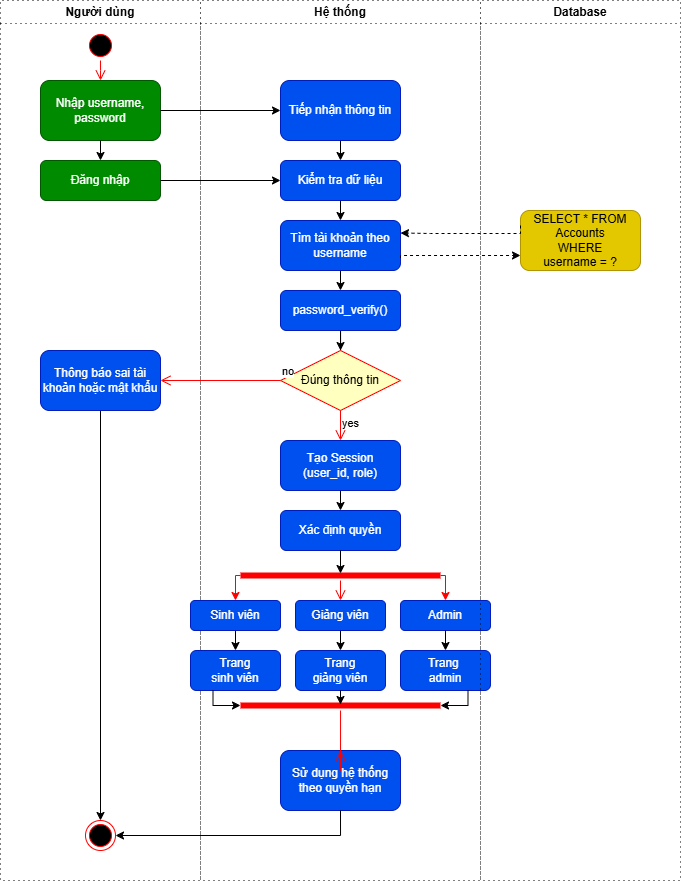
The draw.io diagram Diagrams/loginAD.png in thanhlndev/StudentManagementPHP, before a commit. Source tidied: cells renumbered, new cells last; positions are measured from the earlier drawing's top-left corner, leaving out a move shared by most shapes.
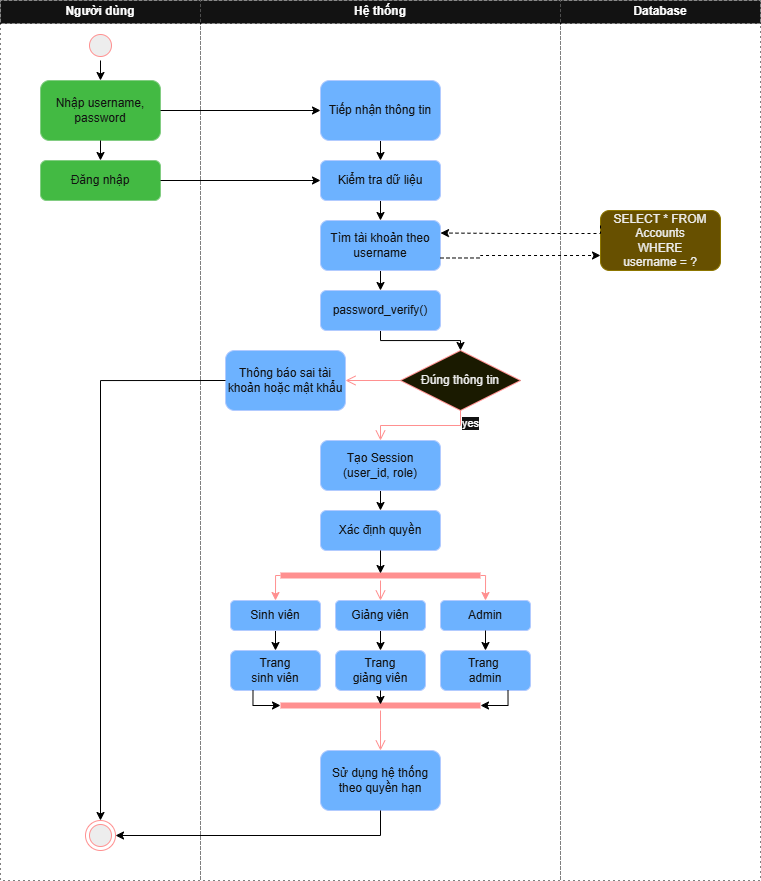
Later version of the same file.

Diff of the diagram source:
```diff
@@ -5,62 +5,59 @@
     <mxCell id="2" value="Người dùng" style="swimlane;whiteSpace=wrap;html=1;strokeColor=light-dark(#000000,#000000);dashed=1;dashPattern=1 4;" parent="1" vertex="1">
       <mxGeometry width="200" height="880" as="geometry" />
     </mxCell>
+    <mxCell id="45" style="edgeStyle=orthogonalEdgeStyle;rounded=0;jettySize=auto;html=1;exitX=0.5;exitY=1;exitDx=0;exitDy=0;entryX=0.5;entryY=0;entryDx=0;entryDy=0;strokeColor=light-dark(#000000,#000000);" parent="2" edge="1" source="3" target="9">
+      <mxGeometry relative="1" as="geometry" />
+    </mxCell>
     <mxCell id="3" style="ellipse;html=1;shape=startState;fillColor=#000000;strokeColor=#ff0000;" parent="2" vertex="1">
       <mxGeometry x="85" y="30" width="30" height="30" as="geometry" />
     </mxCell>
-    <mxCell id="4" style="edgeStyle=orthogonalEdgeStyle;rounded=0;jettySize=auto;html=1;exitX=0.5;exitY=1;exitDx=0;exitDy=0;entryX=0.5;entryY=0;entryDx=0;entryDy=0;strokeColor=light-dark(#000000,#000000);" parent="2" edge="1" source="5" target="7">
-      <mxGeometry relative="1" as="geometry" />
-    </mxCell>
-    <mxCell id="5" value="Thông báo sai tài khoản hoặc mật khẩu" style="rounded=1;whiteSpace=wrap;html=1;fillColor=#0050ef;fontColor=#ffffff;strokeColor=#001DBC;" parent="2" vertex="1">
-      <mxGeometry x="40" y="350" width="120" height="60" as="geometry" />
-    </mxCell>
     <mxCell id="6" value="Đăng nhập" style="rounded=1;whiteSpace=wrap;html=1;fillColor=#008a00;fontColor=#ffffff;strokeColor=#005700;" parent="2" vertex="1">
       <mxGeometry x="40" y="160" width="120" height="40" as="geometry" />
     </mxCell>
     <mxCell id="7" style="ellipse;html=1;shape=endState;fillColor=#000000;strokeColor=#ff0000;" parent="2" vertex="1">
       <mxGeometry x="85" y="820" width="30" height="30" as="geometry" />
     </mxCell>
+    <mxCell id="9" value="Nhập username, password" style="rounded=1;whiteSpace=wrap;html=1;fillColor=#008a00;fontColor=#ffffff;strokeColor=#005700;" parent="2" vertex="1">
+      <mxGeometry x="40" y="80" width="120" height="60" as="geometry" />
+    </mxCell>
+    <mxCell id="46" style="edgeStyle=orthogonalEdgeStyle;rounded=0;jettySize=auto;html=1;exitX=0.5;exitY=1;exitDx=0;exitDy=0;entryX=0.5;entryY=0;entryDx=0;entryDy=0;strokeColor=light-dark(#000000,#000000);" parent="2" edge="1" source="9" target="6">
+      <mxGeometry relative="1" as="geometry" />
+    </mxCell>
     <mxCell id="8" value="Hệ thống" style="swimlane;whiteSpace=wrap;html=1;strokeColor=light-dark(#000000,#000000);dashed=1;dashPattern=1 4;" parent="1" vertex="1">
-      <mxGeometry x="200" width="280" height="880" as="geometry" />
+      <mxGeometry x="200" width="360" height="880" as="geometry" />
     </mxCell>
-    <mxCell id="9" value="Nhập username, password" style="rounded=1;whiteSpace=wrap;html=1;fillColor=#008a00;fontColor=#ffffff;strokeColor=#005700;" parent="8" vertex="1">
-      <mxGeometry x="-160" y="80" width="120" height="60" as="geometry" />
-    </mxCell>
     <mxCell id="10" style="edgeStyle=orthogonalEdgeStyle;rounded=0;jettySize=auto;html=1;exitX=0.5;exitY=1;exitDx=0;exitDy=0;entryX=0.5;entryY=0;entryDx=0;entryDy=0;strokeColor=light-dark(#000000,#000000);" parent="8" edge="1" source="11" target="13">
       <mxGeometry relative="1" as="geometry" />
     </mxCell>
     <mxCell id="11" value="Tiếp nhận thông tin" style="rounded=1;whiteSpace=wrap;html=1;fillColor=#0050ef;fontColor=#ffffff;strokeColor=#001DBC;" parent="8" vertex="1">
-      <mxGeometry x="80" y="80" width="120" height="60" as="geometry" />
+      <mxGeometry x="120" y="80" width="120" height="60" as="geometry" />
     </mxCell>
     <mxCell id="12" style="edgeStyle=orthogonalEdgeStyle;rounded=0;jettySize=auto;html=1;exitX=0.5;exitY=1;exitDx=0;exitDy=0;entryX=0.5;entryY=0;entryDx=0;entryDy=0;strokeColor=light-dark(#000000,#000000);" parent="8" edge="1" source="13" target="15">
       <mxGeometry relative="1" as="geometry" />
     </mxCell>
     <mxCell id="13" value="Kiểm tra dữ liệu" style="rounded=1;whiteSpace=wrap;html=1;fillColor=#0050ef;fontColor=#ffffff;strokeColor=#001DBC;" parent="8" vertex="1">
-      <mxGeometry x="80" y="160" width="120" height="40" as="geometry" />
+      <mxGeometry x="120" y="160" width="120" height="40" as="geometry" />
     </mxCell>
     <mxCell id="14" style="edgeStyle=orthogonalEdgeStyle;rounded=0;jettySize=auto;html=1;exitX=0.5;exitY=1;exitDx=0;exitDy=0;entryX=0.5;entryY=0;entryDx=0;entryDy=0;strokeColor=light-dark(#000000,#000000);" parent="8" edge="1" source="15" target="17">
       <mxGeometry relative="1" as="geometry" />
     </mxCell>
     <mxCell id="15" value="Tìm tài khoản theo username" style="rounded=1;whiteSpace=wrap;html=1;fillColor=#0050ef;fontColor=#ffffff;strokeColor=#001DBC;" parent="8" vertex="1">
-      <mxGeometry x="80" y="220" width="120" height="50" as="geometry" />
+      <mxGeometry x="120" y="220" width="120" height="50" as="geometry" />
     </mxCell>
     <mxCell id="16" style="edgeStyle=orthogonalEdgeStyle;rounded=0;jettySize=auto;html=1;exitX=0.5;exitY=1;exitDx=0;exitDy=0;strokeColor=light-dark(#000000,#000000);" parent="8" edge="1" source="17" target="19">
-      <mxGeometry relative="1" as="geometry" />
+      <mxGeometry relative="1" as="geometry">
+        <Array as="points">
+          <mxPoint x="180" y="340" />
+          <mxPoint x="260" y="340" />
+        </Array>
+      </mxGeometry>
     </mxCell>
     <mxCell id="17" value="password_verify()" style="rounded=1;whiteSpace=wrap;html=1;fillColor=#0050ef;fontColor=#ffffff;strokeColor=#001DBC;" parent="8" vertex="1">
-      <mxGeometry x="80" y="290" width="120" height="40" as="geometry" />
+      <mxGeometry x="120" y="290" width="120" height="40" as="geometry" />
     </mxCell>
-    <mxCell id="18" style="edgeStyle=orthogonalEdgeStyle;rounded=0;jettySize=auto;html=1;exitX=1;exitY=0.5;exitDx=0;exitDy=0;strokeColor=light-dark(#000000,#000000);" parent="8" edge="1" source="9" target="11">
-      <mxGeometry relative="1" as="geometry" />
-    </mxCell>
     <mxCell id="19" value="Đúng thông tin" style="rhombus;whiteSpace=wrap;html=1;fontColor=#000000;fillColor=#ffffc0;strokeColor=#ff0000;" parent="8" vertex="1">
-      <mxGeometry x="80" y="350" width="120" height="60" as="geometry" />
+      <mxGeometry x="200" y="350" width="120" height="60" as="geometry" />
     </mxCell>
-    <mxCell id="20" value="no" style="edgeStyle=orthogonalEdgeStyle;html=1;align=left;verticalAlign=bottom;endArrow=open;endSize=8;strokeColor=#ff0000;rounded=0;" parent="8" edge="1" source="19">
-      <mxGeometry x="-1" relative="1" as="geometry">
-        <mxPoint x="-40" y="380" as="targetPoint" />
-      </mxGeometry>
-    </mxCell>
     <mxCell id="21" value="yes" style="edgeStyle=orthogonalEdgeStyle;html=1;align=left;verticalAlign=top;endArrow=open;endSize=8;strokeColor=#ff0000;rounded=0;entryX=0.5;entryY=0;entryDx=0;entryDy=0;" parent="8" edge="1" source="19" target="23">
       <mxGeometry x="-1" relative="1" as="geometry" />
     </mxCell>
@@ -68,56 +65,57 @@
       <mxGeometry relative="1" as="geometry" />
     </mxCell>
     <mxCell id="23" value="Tạo Session&lt;br&gt;(user_id, role)" style="rounded=1;whiteSpace=wrap;html=1;fillColor=#0050ef;fontColor=#ffffff;strokeColor=#001DBC;" parent="8" vertex="1">
-      <mxGeometry x="80" y="440" width="120" height="50" as="geometry" />
+      <mxGeometry x="120" y="440" width="120" height="50" as="geometry" />
     </mxCell>
     <mxCell id="24" value="Xác định quyền" style="rounded=1;whiteSpace=wrap;html=1;fillColor=#0050ef;fontColor=#ffffff;strokeColor=#001DBC;" parent="8" vertex="1">
-      <mxGeometry x="80" y="510" width="120" height="40" as="geometry" />
+      <mxGeometry x="120" y="510" width="120" height="40" as="geometry" />
     </mxCell>
     <mxCell id="25" style="edgeStyle=orthogonalEdgeStyle;rounded=0;jettySize=auto;html=1;exitX=0.5;exitY=1;exitDx=0;exitDy=0;entryX=0.5;entryY=0;entryDx=0;entryDy=0;strokeColor=light-dark(#000000,#000000);" parent="8" edge="1" source="26" target="29">
       <mxGeometry relative="1" as="geometry" />
     </mxCell>
     <mxCell id="26" value="Giảng viên" style="rounded=1;whiteSpace=wrap;html=1;fillColor=#0050ef;fontColor=#ffffff;strokeColor=#001DBC;" parent="8" vertex="1">
-      <mxGeometry x="95" y="600" width="90" height="30" as="geometry" />
+      <mxGeometry x="135" y="600" width="90" height="30" as="geometry" />
     </mxCell>
     <mxCell id="27" style="edgeStyle=orthogonalEdgeStyle;rounded=0;jettySize=auto;html=1;exitX=0.5;exitY=1;exitDx=0;exitDy=0;entryX=0.5;entryY=0;entryDx=0;entryDy=0;strokeColor=light-dark(#000000,#000000);" parent="8" edge="1" source="28" target="30">
       <mxGeometry relative="1" as="geometry" />
     </mxCell>
     <mxCell id="28" value="Sinh viên" style="rounded=1;whiteSpace=wrap;html=1;fillColor=#0050ef;fontColor=#ffffff;strokeColor=#001DBC;" parent="8" vertex="1">
-      <mxGeometry x="-10" y="600" width="90" height="30" as="geometry" />
+      <mxGeometry x="30" y="600" width="90" height="30" as="geometry" />
     </mxCell>
     <mxCell id="29" value="Trang&lt;br&gt;giảng viên" style="rounded=1;whiteSpace=wrap;html=1;fillColor=#0050ef;fontColor=#ffffff;strokeColor=#001DBC;" parent="8" vertex="1">
-      <mxGeometry x="95" y="650" width="90" height="40" as="geometry" />
+      <mxGeometry x="135" y="650" width="90" height="40" as="geometry" />
     </mxCell>
     <mxCell id="30" value="Trang&lt;br&gt;sinh viên" style="rounded=1;whiteSpace=wrap;html=1;fillColor=#0050ef;fontColor=#ffffff;strokeColor=#001DBC;" parent="8" vertex="1">
-      <mxGeometry x="-10" y="650" width="90" height="40" as="geometry" />
+      <mxGeometry x="30" y="650" width="90" height="40" as="geometry" />
     </mxCell>
     <mxCell id="31" style="shape=line;html=1;strokeWidth=6;strokeColor=#ff0000;" parent="8" vertex="1">
-      <mxGeometry x="40" y="700" width="200" height="10" as="geometry" />
+      <mxGeometry x="80" y="700" width="200" height="10" as="geometry" />
     </mxCell>
     <mxCell id="32" style="edgeStyle=orthogonalEdgeStyle;rounded=0;jettySize=auto;html=1;exitX=0.5;exitY=1;exitDx=0;exitDy=0;entryX=0.5;entryY=0.4;entryDx=0;entryDy=0;entryPerimeter=0;strokeColor=light-dark(#000000,#000000);" parent="8" edge="1" source="29" target="31">
       <mxGeometry relative="1" as="geometry" />
     </mxCell>
     <mxCell id="33" value="Sử dụng hệ thống theo quyền hạn" style="rounded=1;whiteSpace=wrap;html=1;fillColor=#0050ef;fontColor=#ffffff;strokeColor=#001DBC;" parent="8" vertex="1">
-      <mxGeometry x="80" y="750" width="120" height="60" as="geometry" />
+      <mxGeometry x="120" y="750" width="120" height="60" as="geometry" />
     </mxCell>
     <mxCell id="34" style="edgeStyle=orthogonalEdgeStyle;html=1;verticalAlign=bottom;endArrow=open;endSize=8;strokeColor=#ff0000;rounded=0;entryX=0.5;entryY=0;entryDx=0;entryDy=0;" parent="8" edge="1" source="31" target="33">
       <mxGeometry relative="1" as="geometry">
         <Array as="points">
-          <mxPoint x="140" y="770" />
+          <mxPoint x="180" y="730" />
+          <mxPoint x="180" y="730" />
         </Array>
       </mxGeometry>
     </mxCell>
     <mxCell id="35" value="Trang&amp;nbsp;&lt;br&gt;admin" style="rounded=1;whiteSpace=wrap;html=1;fillColor=#0050ef;fontColor=#ffffff;strokeColor=#001DBC;" parent="8" vertex="1">
-      <mxGeometry x="200" y="650" width="90" height="40" as="geometry" />
+      <mxGeometry x="240" y="650" width="90" height="40" as="geometry" />
     </mxCell>
     <mxCell id="36" value="Admin" style="rounded=1;whiteSpace=wrap;html=1;fillColor=#0050ef;fontColor=#ffffff;strokeColor=#001DBC;" parent="8" vertex="1">
-      <mxGeometry x="200" y="600" width="90" height="30" as="geometry" />
+      <mxGeometry x="240" y="600" width="90" height="30" as="geometry" />
     </mxCell>
     <mxCell id="37" style="edgeStyle=orthogonalEdgeStyle;rounded=0;jettySize=auto;html=1;exitX=0.5;exitY=1;exitDx=0;exitDy=0;entryX=0.5;entryY=0;entryDx=0;entryDy=0;strokeColor=light-dark(#000000,#000000);" parent="8" edge="1" source="36" target="35">
       <mxGeometry relative="1" as="geometry" />
     </mxCell>
     <mxCell id="38" style="shape=line;html=1;strokeWidth=6;strokeColor=#ff0000;" parent="8" vertex="1">
-      <mxGeometry x="40" y="570" width="200" height="10" as="geometry" />
+      <mxGeometry x="80" y="570" width="200" height="10" as="geometry" />
     </mxCell>
     <mxCell id="39" style="edgeStyle=orthogonalEdgeStyle;rounded=0;jettySize=auto;html=1;exitX=0.5;exitY=1;exitDx=0;exitDy=0;entryX=0.5;entryY=0.3;entryDx=0;entryDy=0;entryPerimeter=0;strokeColor=light-dark(#000000,#000000);" parent="8" edge="1" source="24" target="38">
       <mxGeometry relative="1" as="geometry" />
@@ -125,14 +123,14 @@
     <mxCell id="40" style="edgeStyle=orthogonalEdgeStyle;rounded=0;jettySize=auto;html=1;exitX=1;exitY=0.5;exitDx=0;exitDy=0;exitPerimeter=0;strokeColor=#ff0000;entryX=0.5;entryY=0;entryDx=0;entryDy=0;" parent="8" edge="1" source="38" target="36">
       <mxGeometry relative="1" as="geometry">
         <Array as="points">
-          <mxPoint x="245" y="575" />
+          <mxPoint x="285" y="575" />
         </Array>
       </mxGeometry>
     </mxCell>
     <mxCell id="41" style="edgeStyle=orthogonalEdgeStyle;rounded=0;jettySize=auto;html=1;exitX=0;exitY=0.5;exitDx=0;exitDy=0;exitPerimeter=0;strokeColor=#ff0000;entryX=0.5;entryY=0;entryDx=0;entryDy=0;" parent="8" edge="1" source="38" target="28">
       <mxGeometry relative="1" as="geometry">
         <Array as="points">
-          <mxPoint x="35" y="575" />
+          <mxPoint x="75" y="575" />
         </Array>
       </mxGeometry>
     </mxCell>
@@ -142,33 +140,28 @@
     <mxCell id="43" style="edgeStyle=orthogonalEdgeStyle;rounded=0;jettySize=auto;html=1;exitX=0.75;exitY=1;exitDx=0;exitDy=0;entryX=1;entryY=0.5;entryDx=0;entryDy=0;entryPerimeter=0;fontColor=#FFFFFF;strokeColor=light-dark(#000000,#000000);" parent="8" edge="1" source="35" target="31">
       <mxGeometry relative="1" as="geometry">
         <Array as="points">
-          <mxPoint x="267" y="705" />
+          <mxPoint x="307" y="705" />
         </Array>
       </mxGeometry>
     </mxCell>
     <mxCell id="44" style="edgeStyle=orthogonalEdgeStyle;rounded=0;jettySize=auto;html=1;exitX=0.25;exitY=1;exitDx=0;exitDy=0;entryX=0;entryY=0.5;entryDx=0;entryDy=0;entryPerimeter=0;fontColor=#FFFFFF;strokeColor=light-dark(#000000,#000000);" parent="8" edge="1" source="30" target="31">
       <mxGeometry relative="1" as="geometry">
         <Array as="points">
-          <mxPoint x="13" y="705" />
+          <mxPoint x="53" y="705" />
         </Array>
       </mxGeometry>
     </mxCell>
-    <mxCell id="45" style="edgeStyle=orthogonalEdgeStyle;html=1;verticalAlign=bottom;endArrow=open;endSize=8;strokeColor=#ff0000;rounded=0;entryX=0.5;entryY=0;entryDx=0;entryDy=0;" parent="1" edge="1" source="3" target="9">
-      <mxGeometry relative="1" as="geometry">
-        <Array as="points">
-          <mxPoint x="100" y="70" />
-          <mxPoint x="100" y="70" />
-        </Array>
-      </mxGeometry>
-    </mxCell>
-    <mxCell id="46" style="edgeStyle=orthogonalEdgeStyle;rounded=0;jettySize=auto;html=1;exitX=0.5;exitY=1;exitDx=0;exitDy=0;entryX=0.5;entryY=0;entryDx=0;entryDy=0;strokeColor=light-dark(#000000,#000000);" parent="1" edge="1" source="9" target="6">
-      <mxGeometry relative="1" as="geometry" />
-    </mxCell>
+    <mxCell id="5" value="Thông báo sai tài khoản hoặc mật khẩu" style="rounded=1;whiteSpace=wrap;html=1;fillColor=#0050ef;fontColor=#ffffff;strokeColor=#001DBC;" parent="8" vertex="1">
+      <mxGeometry x="25" y="350" width="120" height="60" as="geometry" />
+    </mxCell>
+    <mxCell id="53" style="edgeStyle=orthogonalEdgeStyle;html=1;align=left;verticalAlign=bottom;endArrow=open;endSize=8;strokeColor=#ff0000;rounded=0;entryX=1;entryY=0.5;entryDx=0;entryDy=0;" parent="8" edge="1" source="19" target="5">
+      <mxGeometry x="-1" relative="1" as="geometry" />
+    </mxCell>
     <mxCell id="47" style="edgeStyle=orthogonalEdgeStyle;rounded=0;jettySize=auto;html=1;exitX=1;exitY=0.5;exitDx=0;exitDy=0;entryX=0;entryY=0.5;entryDx=0;entryDy=0;strokeColor=light-dark(#000000,#000000);" parent="1" edge="1" source="6" target="13">
       <mxGeometry relative="1" as="geometry" />
     </mxCell>
     <mxCell id="48" value="Database" style="swimlane;whiteSpace=wrap;html=1;strokeColor=light-dark(#000000,#000000);dashed=1;dashPattern=1 4;" parent="1" vertex="1">
-      <mxGeometry x="480" width="200" height="880" as="geometry" />
+      <mxGeometry x="560" width="200" height="880" as="geometry" />
     </mxCell>
     <mxCell id="49" value="SELECT * FROM&lt;br&gt;Accounts&lt;br&gt;WHERE&lt;br&gt;username = ?" style="rounded=1;whiteSpace=wrap;html=1;fillColor=#e3c800;fontColor=#000000;strokeColor=#B09500;" parent="48" vertex="1">
       <mxGeometry x="40" y="210" width="120" height="60" as="geometry" />
@@ -176,20 +169,26 @@
     <mxCell id="50" style="edgeStyle=orthogonalEdgeStyle;rounded=0;jettySize=auto;html=1;exitX=0;exitY=0.25;exitDx=0;exitDy=0;entryX=1;entryY=0.25;entryDx=0;entryDy=0;dashed=1;strokeColor=light-dark(#000000,#000000);" parent="1" edge="1" source="49" target="15">
       <mxGeometry relative="1" as="geometry">
         <Array as="points">
-          <mxPoint x="430" y="233" />
-          <mxPoint x="395" y="233" />
+          <mxPoint x="510" y="233" />
+          <mxPoint x="475" y="233" />
         </Array>
       </mxGeometry>
     </mxCell>
     <mxCell id="51" style="edgeStyle=orthogonalEdgeStyle;rounded=0;jettySize=auto;html=1;exitX=1;exitY=0.75;exitDx=0;exitDy=0;entryX=0;entryY=0.75;entryDx=0;entryDy=0;dashed=1;strokeColor=light-dark(#000000,#000000);" parent="1" edge="1" source="15" target="49">
       <mxGeometry relative="1" as="geometry">
         <Array as="points">
-          <mxPoint x="400" y="255" />
+          <mxPoint x="480" y="255" />
         </Array>
       </mxGeometry>
     </mxCell>
     <mxCell id="52" style="edgeStyle=orthogonalEdgeStyle;rounded=0;jettySize=auto;html=1;exitX=0.5;exitY=1;exitDx=0;exitDy=0;entryX=1;entryY=0.5;entryDx=0;entryDy=0;strokeColor=light-dark(#000000,#000000);" parent="1" edge="1" source="33" target="7">
       <mxGeometry relative="1" as="geometry" />
     </mxCell>
+    <mxCell id="18" style="edgeStyle=orthogonalEdgeStyle;rounded=0;jettySize=auto;html=1;exitX=1;exitY=0.5;exitDx=0;exitDy=0;strokeColor=light-dark(#000000,#000000);" parent="1" edge="1" source="9" target="11">
+      <mxGeometry relative="1" as="geometry" />
+    </mxCell>
+    <mxCell id="4" style="edgeStyle=orthogonalEdgeStyle;rounded=0;jettySize=auto;html=1;exitX=0;exitY=0.5;exitDx=0;exitDy=0;entryX=0.5;entryY=0;entryDx=0;entryDy=0;strokeColor=light-dark(#000000,#000000);" parent="1" edge="1" source="5" target="7">
+      <mxGeometry relative="1" as="geometry" />
+    </mxCell>
   </root>
 </mxGraphModel>
```
